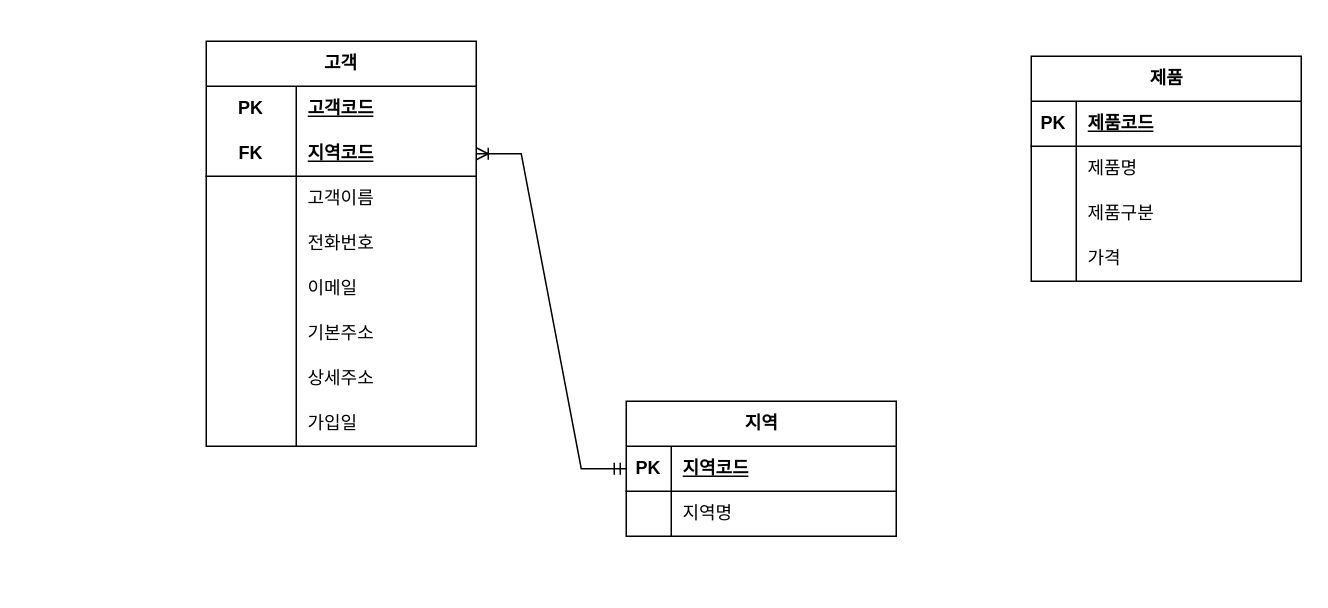
jh0322/erd keeps this draw.io diagram as page "페이지-2" (2 of 2) of 제목 없는 다이어그램.drawio. Above is the earlier version. Source tidied: cells renumbered, new cells numbered last; positions are measured from the earlier drawing's top-left corner, leaving out a move shared by most shapes. Both pictures are drawn from the tidied source at 150%, with x=0, y=0 at pixel (206, 40).
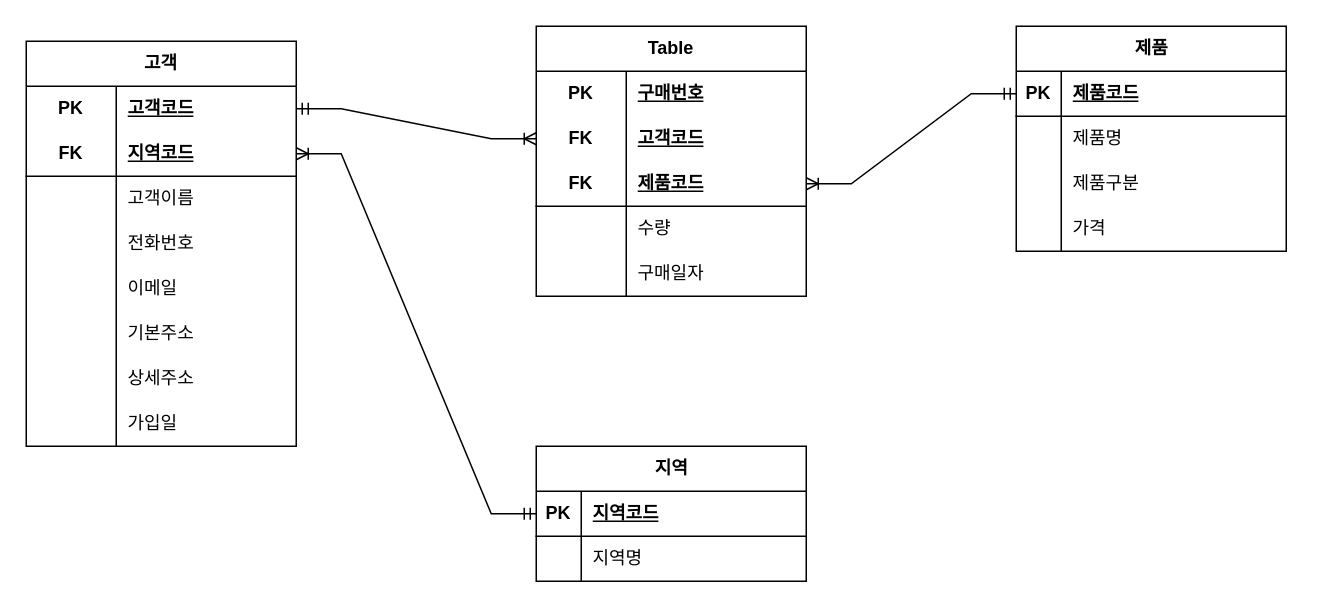
The same diagram, later.

Commit message:
제목 없는 다이어그램.drawio 업데이트

The change refers to these unchanged cells:
```xml
<mxCell id="3" style="shape=tableRow;horizontal=0;startSize=0;swimlaneHead=0;swimlaneBody=0;fillColor=none;points=[[0,0.5],[1,0.5]];portConstraint=eastwest;top=0;left=0;right=0;bottom=1;" parent="2" vertex="1">
  <mxGeometry y="30" width="180" height="30" as="geometry" />
</mxCell>
<mxCell id="23" style="shape=tableRow;horizontal=0;startSize=0;swimlaneHead=0;swimlaneBody=0;fillColor=none;points=[[0,0.5],[1,0.5]];portConstraint=eastwest;top=0;left=0;right=0;bottom=0;html=1;" parent="22" vertex="1">
  <mxGeometry y="30" width="180" height="30" as="geometry" />
</mxCell>
```

Change to the diagram source:
```diff
@@
     <mxCell id="2" value="제품" style="shape=table;startSize=30;childLayout=tableLayout;rowLines=0;fontStyle=1;align=center;html=1;" parent="1" vertex="1">
-      <mxGeometry x="550" y="10" width="180" height="150" as="geometry" />
+      <mxGeometry x="540" y="-10" width="180" height="150" as="geometry" />
     </mxCell>
@@
     <mxCell id="15" value="지역" style="shape=table;startSize=30;childLayout=tableLayout;rowLines=0;fontStyle=1;align=center;html=1;" parent="1" vertex="1">
-      <mxGeometry x="280" y="240" width="180" height="90" as="geometry" />
+      <mxGeometry x="220" y="270" width="180" height="90" as="geometry" />
     </mxCell>
@@
     <mxCell id="22" value="고객" style="shape=table;startSize=30;childLayout=tableLayout;rowLines=0;fontStyle=1;align=center;html=1;whiteSpace=wrap;" parent="1" vertex="1">
-      <mxGeometry width="180" height="270" as="geometry" />
+      <mxGeometry x="-120" width="180" height="270" as="geometry" />
     </mxCell>
@@
+    <mxCell id="48" value="Table" style="shape=table;startSize=30;childLayout=tableLayout;rowLines=0;fontStyle=1;align=center;html=1;whiteSpace=wrap;" parent="1" vertex="1">
+      <mxGeometry x="220" y="-10" width="180" height="180" as="geometry" />
+    </mxCell>
+    <mxCell id="49" style="shape=tableRow;horizontal=0;startSize=0;swimlaneHead=0;swimlaneBody=0;fillColor=none;top=0;left=0;right=0;bottom=0;html=1;" parent="48" vertex="1">
+      <mxGeometry y="30" width="180" height="30" as="geometry" />
+    </mxCell>
+    <mxCell id="50" value="&lt;span style=&quot;font-weight: 700;&quot;&gt;PK&lt;/span&gt;" style="shape=partialRectangle;fillColor=none;top=0;left=0;bottom=0;right=0;overflow=hidden;html=1;whiteSpace=wrap;" parent="49" vertex="1">
+      <mxGeometry width="60" height="30" as="geometry" />
+    </mxCell>
+    <mxCell id="51" value="&lt;span style=&quot;font-weight: 700; text-decoration-line: underline;&quot;&gt;구매번호&lt;/span&gt;" style="shape=partialRectangle;fillColor=none;top=0;left=0;bottom=0;right=0;align=left;spacingLeft=6;overflow=hidden;html=1;whiteSpace=wrap;" parent="49" vertex="1">
+      <mxGeometry x="60" width="120" height="30" as="geometry" />
+    </mxCell>
+    <mxCell id="52" style="shape=tableRow;horizontal=0;startSize=0;swimlaneHead=0;swimlaneBody=0;fillColor=none;points=[[0,0.5],[1,0.5]];portConstraint=eastwest;top=0;left=0;right=0;bottom=0;html=1;" parent="48" vertex="1">
+      <mxGeometry y="60" width="180" height="30" as="geometry" />
+    </mxCell>
+    <mxCell id="53" value="&lt;span style=&quot;font-weight: 700;&quot;&gt;FK&lt;/span&gt;" style="shape=partialRectangle;fillColor=none;top=0;left=0;bottom=0;right=0;overflow=hidden;html=1;whiteSpace=wrap;" parent="52" vertex="1">
+      <mxGeometry width="60" height="30" as="geometry" />
+    </mxCell>
+    <mxCell id="54" value="&lt;span style=&quot;font-weight: 700; text-decoration-line: underline;&quot;&gt;고객코드&lt;/span&gt;" style="shape=partialRectangle;fillColor=none;top=0;left=0;bottom=0;right=0;align=left;spacingLeft=6;overflow=hidden;html=1;whiteSpace=wrap;" parent="52" vertex="1">
+      <mxGeometry x="60" width="120" height="30" as="geometry" />
+    </mxCell>
+    <mxCell id="55" style="shape=tableRow;horizontal=0;startSize=0;swimlaneHead=0;swimlaneBody=0;fillColor=none;points=[[0,0.5],[1,0.5]];portConstraint=eastwest;top=0;left=0;right=0;bottom=1;" parent="48" vertex="1">
+      <mxGeometry y="90" width="180" height="30" as="geometry" />
+    </mxCell>
+    <mxCell id="56" value="FK" style="shape=partialRectangle;fillColor=none;top=0;left=0;bottom=0;right=0;fontStyle=1;overflow=hidden;whiteSpace=wrap;html=1;" parent="55" vertex="1">
+      <mxGeometry width="60" height="30" as="geometry" />
+    </mxCell>
+    <mxCell id="57" value="제품코드" style="shape=partialRectangle;fillColor=none;top=0;left=0;bottom=0;right=0;align=left;spacingLeft=6;fontStyle=5;overflow=hidden;whiteSpace=wrap;html=1;" parent="55" vertex="1">
+      <mxGeometry x="60" width="120" height="30" as="geometry" />
+    </mxCell>
+    <mxCell id="58" style="shape=tableRow;horizontal=0;startSize=0;swimlaneHead=0;swimlaneBody=0;fillColor=none;top=0;left=0;right=0;bottom=0;html=1;" parent="48" vertex="1">
+      <mxGeometry y="120" width="180" height="30" as="geometry" />
+    </mxCell>
+    <mxCell id="59" style="shape=partialRectangle;fillColor=none;top=0;left=0;bottom=0;right=0;overflow=hidden;html=1;whiteSpace=wrap;" parent="58" vertex="1">
+      <mxGeometry width="60" height="30" as="geometry" />
+    </mxCell>
+    <mxCell id="60" value="수량" style="shape=partialRectangle;fillColor=none;top=0;left=0;bottom=0;right=0;align=left;spacingLeft=6;overflow=hidden;html=1;whiteSpace=wrap;" parent="58" vertex="1">
+      <mxGeometry x="60" width="120" height="30" as="geometry" />
+    </mxCell>
+    <mxCell id="61" style="shape=tableRow;horizontal=0;startSize=0;swimlaneHead=0;swimlaneBody=0;fillColor=none;top=0;left=0;right=0;bottom=0;html=1;" parent="48" vertex="1">
+      <mxGeometry y="150" width="180" height="30" as="geometry" />
+    </mxCell>
+    <mxCell id="62" style="shape=partialRectangle;fillColor=none;top=0;left=0;bottom=0;right=0;overflow=hidden;html=1;whiteSpace=wrap;" parent="61" vertex="1">
+      <mxGeometry width="60" height="30" as="geometry" />
+    </mxCell>
+    <mxCell id="63" value="구매일자" style="shape=partialRectangle;fillColor=none;top=0;left=0;bottom=0;right=0;align=left;spacingLeft=6;overflow=hidden;html=1;whiteSpace=wrap;" parent="61" vertex="1">
+      <mxGeometry x="60" width="120" height="30" as="geometry" />
+    </mxCell>
+    <mxCell id="64" style="edgeStyle=entityRelationEdgeStyle;fontSize=12;html=1;endArrow=ERoneToMany;startArrow=ERmandOne;rounded=0;entryX=0;entryY=0.5;entryDx=0;entryDy=0;exitX=1;exitY=0.5;exitDx=0;exitDy=0;" parent="1" edge="1" source="23" target="52">
+      <mxGeometry relative="1" as="geometry">
+        <Array as="points">
+          <mxPoint x="270" y="15" />
+          <mxPoint x="210" y="-35" />
+        </Array>
+      </mxGeometry>
+    </mxCell>
+    <mxCell id="65" style="edgeStyle=entityRelationEdgeStyle;fontSize=12;html=1;endArrow=ERoneToMany;startArrow=ERmandOne;rounded=0;exitX=0;exitY=0.5;exitDx=0;exitDy=0;" parent="1" edge="1" source="3" target="55">
+      <mxGeometry relative="1" as="geometry">
+        <Array as="points">
+          <mxPoint x="610" y="-140" />
+          <mxPoint x="550" y="-190" />
+        </Array>
+      </mxGeometry>
+    </mxCell>
```
